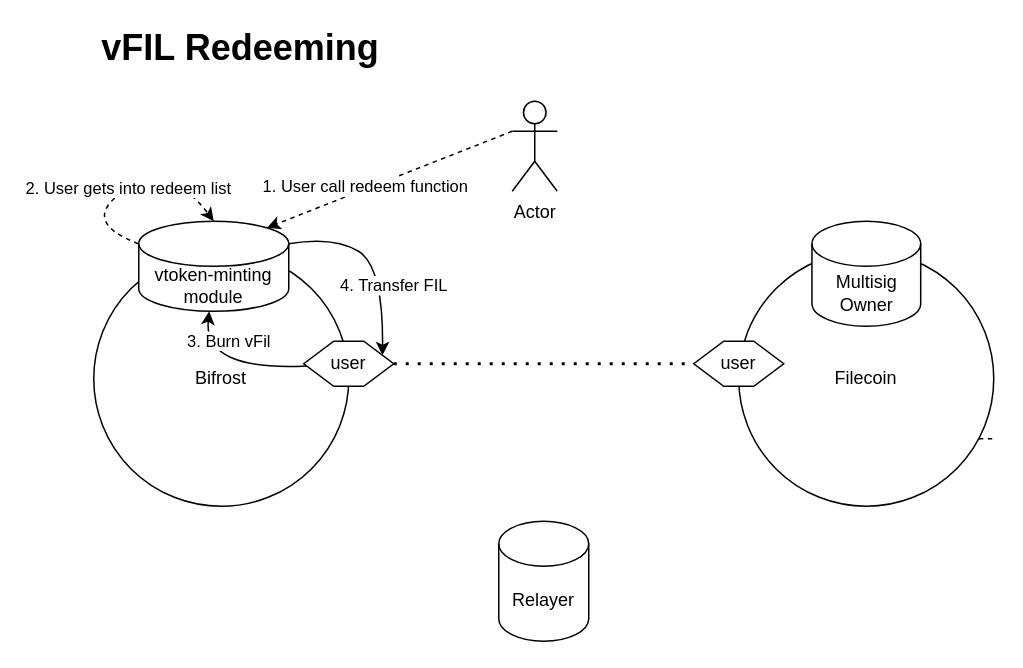
This is vfil-redeeming.drawio from herryho/flowchars, a draw.io file, before an edit. Source tidied: cells renumbered, new cells numbered last; positions are measured from the earlier drawing's top-left corner, leaving out a move shared by most shapes. Both pictures are drawn from the tidied source at 150%, with x=0, y=0 at pixel (45, 26).
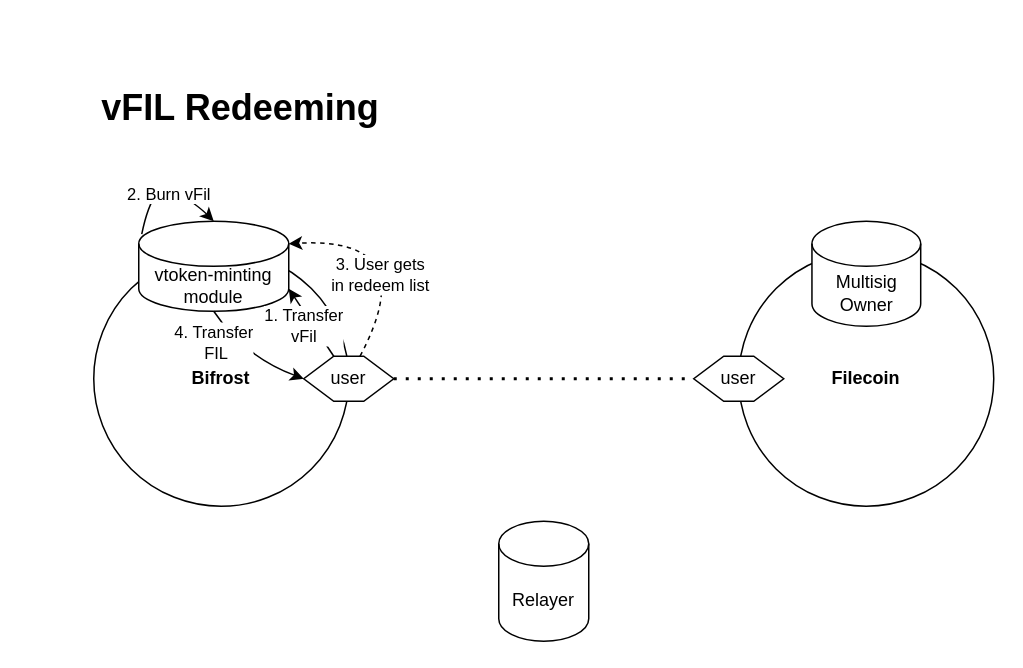
Above is the later version.

The change refers to these unchanged cells:
```xml
<mxCell id="9" value="vtoken-minting module" style="shape=cylinder3;whiteSpace=wrap;html=1;boundedLbl=1;backgroundOutline=1;size=15;" parent="1" vertex="1">
  <mxGeometry x="62" y="130" width="100" height="60" as="geometry" />
</mxCell>
```

What changed in the source:
```diff
@@
     <mxCell id="2" value="vFIL Redeeming" style="text;html=1;strokeColor=none;fillColor=none;align=center;verticalAlign=middle;whiteSpace=wrap;rounded=0;fontStyle=1;fontSize=24;" parent="1" vertex="1">
-      <mxGeometry width="260" height="30" as="geometry" />
+      <mxGeometry y="40" width="260" height="30" as="geometry" />
     </mxCell>
-    <mxCell id="3" value="Bifrost" style="ellipse;whiteSpace=wrap;html=1;" parent="1" vertex="1">
+    <mxCell id="3" value="&lt;b&gt;Bifrost&lt;/b&gt;" style="ellipse;whiteSpace=wrap;html=1;" parent="1" vertex="1">
       <mxGeometry x="32" y="150" width="170" height="170" as="geometry" />
     </mxCell>
-    <mxCell id="4" value="Filecoin" style="ellipse;whiteSpace=wrap;html=1;" parent="1" vertex="1">
+    <mxCell id="4" value="&lt;b&gt;Filecoin&lt;/b&gt;" style="ellipse;whiteSpace=wrap;html=1;" parent="1" vertex="1">
       <mxGeometry x="462" y="150" width="170" height="170" as="geometry" />
     </mxCell>
     <mxCell id="5" value="user" style="shape=hexagon;perimeter=hexagonPerimeter2;whiteSpace=wrap;html=1;fixedSize=1;" parent="1" vertex="1">
-      <mxGeometry x="172" y="210" width="60" height="30" as="geometry" />
+      <mxGeometry x="172" y="220" width="60" height="30" as="geometry" />
     </mxCell>
     <mxCell id="6" value="user" style="shape=hexagon;perimeter=hexagonPerimeter2;whiteSpace=wrap;html=1;fixedSize=1;" parent="1" vertex="1">
-      <mxGeometry x="432" y="210" width="60" height="30" as="geometry" />
+      <mxGeometry x="432" y="220" width="60" height="30" as="geometry" />
     </mxCell>
@@
+    <mxCell id="11" value="Relayer" style="shape=cylinder3;whiteSpace=wrap;html=1;boundedLbl=1;backgroundOutline=1;size=15;" parent="1" vertex="1">
+      <mxGeometry x="302" y="330" width="60" height="80" as="geometry" />
+    </mxCell>
+    <mxCell id="18" style="endArrow=classic;html=1;rounded=0;entryX=1;entryY=1;entryDx=0;entryDy=-15;entryPerimeter=0;" parent="1" edge="1" source="5" target="9">
+      <mxGeometry relative="1" as="geometry" />
+    </mxCell>
+    <mxCell id="19" value="1. Transfer&lt;br&gt;vFil" style="edgeLabel;html=1;align=center;verticalAlign=middle;" parent="18" vertex="1">
+      <mxGeometry x="0.13" y="1" relative="1" as="geometry">
+        <mxPoint x="-2" y="5" as="offset" />
+      </mxGeometry>
+    </mxCell>
+    <mxCell id="17" style="curved=1;endArrow=classic;html=1;rounded=0;exitX=0.02;exitY=0.142;exitDx=0;exitDy=0;exitPerimeter=0;entryX=0.5;entryY=0;entryDx=0;entryDy=0;entryPerimeter=0;" parent="1" edge="1" source="9" target="9">
+      <mxGeometry relative="1" as="geometry">
+        <Array as="points">
+          <mxPoint x="72" y="100" />
+          <mxPoint x="102" y="120" />
+        </Array>
+      </mxGeometry>
+    </mxCell>
+    <mxCell id="20" value="2. Burn vFil" style="edgeLabel;html=1;align=center;verticalAlign=middle;" parent="17" vertex="1">
+      <mxGeometry x="-0.37" y="-2" relative="1" as="geometry">
+        <mxPoint x="10" as="offset" />
+      </mxGeometry>
+    </mxCell>
+    <mxCell id="21" style="curved=1;endArrow=classic;html=1;rounded=0;entryX=1;entryY=0;entryDx=0;entryDy=15;entryPerimeter=0;exitX=0.625;exitY=0;exitDx=0;exitDy=0;dashed=1;" parent="1" edge="1" source="5" target="9">
+      <mxGeometry relative="1" as="geometry">
+        <Array as="points">
+          <mxPoint x="252" y="140" />
+        </Array>
+      </mxGeometry>
+    </mxCell>
+    <mxCell id="22" value="3. User gets&lt;br&gt;in redeem list" style="edgeLabel;html=1;align=center;verticalAlign=middle;" parent="21" vertex="1">
+      <mxGeometry x="0.43" y="11" relative="1" as="geometry">
+        <mxPoint x="8" y="12" as="offset" />
+      </mxGeometry>
+    </mxCell>
+    <mxCell id="23" style="curved=1;endArrow=classic;html=1;rounded=0;exitX=0.5;exitY=1;exitDx=0;exitDy=0;exitPerimeter=0;entryX=0;entryY=0.5;entryDx=0;entryDy=0;" parent="1" edge="1" source="9" target="5">
+      <mxGeometry relative="1" as="geometry">
+        <Array as="points">
+          <mxPoint x="132" y="220" />
+        </Array>
+      </mxGeometry>
+    </mxCell>
-    <mxCell id="10" value="4. Transfer FIL" style="curved=1;endArrow=classic;html=1;rounded=0;exitX=1;exitY=0;exitDx=0;exitDy=15;exitPerimeter=0;entryX=1;entryY=0.25;entryDx=0;entryDy=0;" parent="1" edge="1" source="9" target="5">
-      <mxGeometry x="0.28" y="7" relative="1" as="geometry">
-        <Array as="points">
-          <mxPoint x="192" y="140" />
-          <mxPoint x="225" y="160" />
-        </Array>
+    <mxCell id="10" value="4. Transfer&lt;br&gt;&amp;nbsp;FIL" style="edgeLabel;html=1;align=center;verticalAlign=middle;" parent="23" vertex="1">
+      <mxGeometry x="-0.58" y="1" relative="1" as="geometry">
+        <mxPoint x="-11" y="7" as="offset" />
       </mxGeometry>
     </mxCell>
-    <mxCell id="11" value="Relayer" style="shape=cylinder3;whiteSpace=wrap;html=1;boundedLbl=1;backgroundOutline=1;size=15;" parent="1" vertex="1">
-      <mxGeometry x="302" y="330" width="60" height="80" as="geometry" />
-    </mxCell>
-    <mxCell id="12" style="endArrow=none;dashed=1;html=1;rounded=0;exitX=1;exitY=0.5;exitDx=0;exitDy=0;" parent="1" edge="1">
-      <mxGeometry relative="1" as="geometry">
-        <mxPoint x="622" y="275" as="sourcePoint" />
-        <mxPoint x="632" y="275" as="targetPoint" />
-      </mxGeometry>
-    </mxCell>
-    <mxCell id="13" value="Actor" style="shape=umlActor;verticalLabelPosition=bottom;verticalAlign=top;html=1;outlineConnect=0;" parent="1" vertex="1">
-      <mxGeometry x="311" y="50" width="30" height="60" as="geometry" />
-    </mxCell>
-    <mxCell id="14" style="endArrow=classic;html=1;rounded=0;exitX=0;exitY=0.3333333333333333;exitDx=0;exitDy=0;exitPerimeter=0;entryX=0.855;entryY=0;entryDx=0;entryDy=4.35;entryPerimeter=0;dashed=1;" parent="1" edge="1" source="13" target="9">
-      <mxGeometry relative="1" as="geometry" />
-    </mxCell>
-    <mxCell id="15" value="1. User call redeem function" style="edgeLabel;html=1;align=center;verticalAlign=middle;" parent="14" vertex="1">
-      <mxGeometry x="0.2" y="-2" relative="1" as="geometry" />
-    </mxCell>
-    <mxCell id="16" value="3. Burn vFil" style="curved=1;endArrow=classic;html=1;rounded=0;" parent="1" edge="1" source="5" target="9">
-      <mxGeometry x="0.66" y="-15" relative="1" as="geometry">
-        <Array as="points">
-          <mxPoint x="105" y="230" />
-        </Array>
-      </mxGeometry>
-    </mxCell>
-    <mxCell id="17" value="2. User gets into redeem list" style="curved=1;endArrow=classic;html=1;rounded=0;exitX=0;exitY=0;exitDx=0;exitDy=15;exitPerimeter=0;entryX=0.5;entryY=0;entryDx=0;entryDy=0;entryPerimeter=0;dashed=1;" parent="1" edge="1" source="9" target="9">
-      <mxGeometry relative="1" as="geometry">
-        <Array as="points">
-          <mxPoint x="22" y="130" />
-          <mxPoint x="82" y="90" />
-        </Array>
-      </mxGeometry>
-    </mxCell>
```
